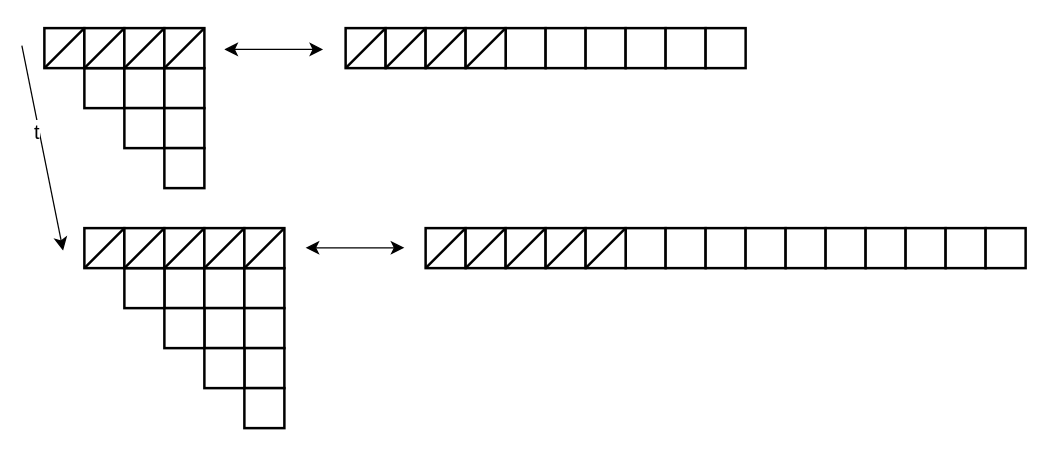
Earlier version of the draw.io diagram page "第 8 页" (8 of 8) of pic/paperPic.drawio (1Errors/PaperUse). Source tidied: cells renumbered, new cells numbered last; positions are measured from the earlier drawing's top-left corner, leaving out a move shared by most shapes. Both pictures are drawn from the tidied source at 125%, with x=0, y=0 at pixel (21, 28).
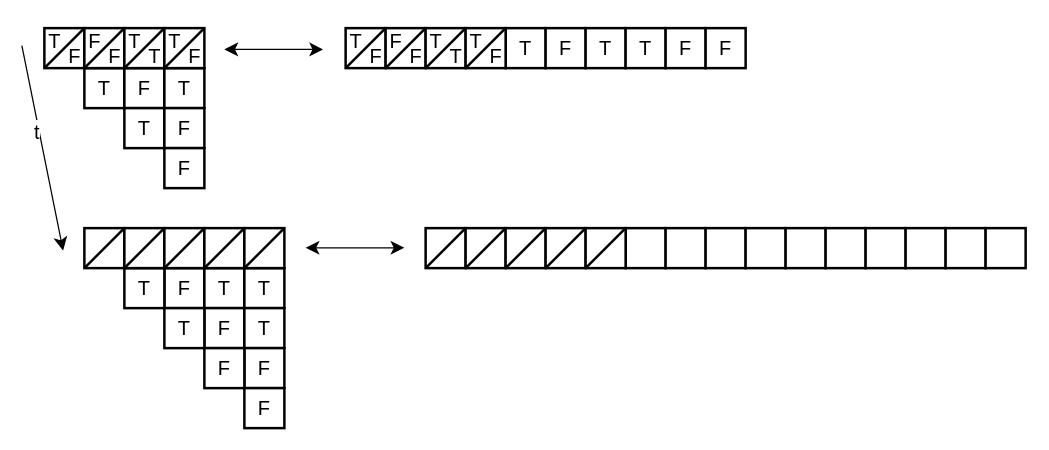
The same page after the edit.

Change to the diagram source:
```diff
@@
-    <mxCell id="2" style="whiteSpace=wrap;html=1;fontSize=16;strokeWidth=2;" parent="1" vertex="1">
+    <mxCell id="2" value="T" style="whiteSpace=wrap;html=1;fontSize=16;strokeWidth=2;" parent="1" vertex="1">
       <mxGeometry x="50" y="32" width="32" height="32" as="geometry" />
     </mxCell>
-    <mxCell id="3" style="whiteSpace=wrap;html=1;fontSize=16;strokeWidth=2;" parent="1" vertex="1">
+    <mxCell id="3" value="F" style="whiteSpace=wrap;html=1;fontSize=16;strokeWidth=2;" parent="1" vertex="1">
       <mxGeometry x="82" y="32" width="32" height="32" as="geometry" />
     </mxCell>
-    <mxCell id="4" style="whiteSpace=wrap;html=1;fontSize=16;strokeWidth=2;" parent="1" vertex="1">
+    <mxCell id="4" value="T" style="whiteSpace=wrap;html=1;fontSize=16;strokeWidth=2;" parent="1" vertex="1">
       <mxGeometry x="114" y="32" width="32" height="32" as="geometry" />
     </mxCell>
-    <mxCell id="5" style="whiteSpace=wrap;html=1;fontSize=16;strokeWidth=2;" parent="1" vertex="1">
+    <mxCell id="5" value="T" style="whiteSpace=wrap;html=1;fontSize=16;strokeWidth=2;" parent="1" vertex="1">
       <mxGeometry x="82" y="64" width="32" height="32" as="geometry" />
     </mxCell>
-    <mxCell id="6" style="whiteSpace=wrap;html=1;fontSize=16;strokeWidth=2;" parent="1" vertex="1">
+    <mxCell id="6" value="F" style="whiteSpace=wrap;html=1;fontSize=16;strokeWidth=2;" parent="1" vertex="1">
       <mxGeometry x="114" y="64" width="32" height="32" as="geometry" />
     </mxCell>
-    <mxCell id="7" style="whiteSpace=wrap;html=1;fontSize=16;strokeWidth=2;" parent="1" vertex="1">
+    <mxCell id="7" value="F" style="whiteSpace=wrap;html=1;fontSize=16;strokeWidth=2;" parent="1" vertex="1">
       <mxGeometry x="114" y="96" width="32" height="32" as="geometry" />
     </mxCell>
-    <mxCell id="8" style="whiteSpace=wrap;html=1;fontSize=16;strokeWidth=2;" parent="1" vertex="1">
+    <mxCell id="8" value="T" style="whiteSpace=wrap;html=1;fontSize=16;strokeWidth=2;" parent="1" vertex="1">
       <mxGeometry x="387" width="32" height="32" as="geometry" />
     </mxCell>
-    <mxCell id="9" style="whiteSpace=wrap;html=1;fontSize=16;strokeWidth=2;" parent="1" vertex="1">
+    <mxCell id="9" value="F" style="whiteSpace=wrap;html=1;fontSize=16;strokeWidth=2;" parent="1" vertex="1">
       <mxGeometry x="419" width="32" height="32" as="geometry" />
     </mxCell>
-    <mxCell id="10" style="whiteSpace=wrap;html=1;fontSize=16;strokeWidth=2;" parent="1" vertex="1">
+    <mxCell id="10" value="T" style="whiteSpace=wrap;html=1;fontSize=16;strokeWidth=2;" parent="1" vertex="1">
       <mxGeometry x="451" width="32" height="32" as="geometry" />
     </mxCell>
-    <mxCell id="11" style="whiteSpace=wrap;html=1;fontSize=16;strokeWidth=2;" parent="1" vertex="1">
+    <mxCell id="11" value="T" style="whiteSpace=wrap;html=1;fontSize=16;strokeWidth=2;" parent="1" vertex="1">
       <mxGeometry x="483" width="32" height="32" as="geometry" />
     </mxCell>
-    <mxCell id="12" style="whiteSpace=wrap;html=1;fontSize=16;strokeWidth=2;" parent="1" vertex="1">
+    <mxCell id="12" value="F" style="whiteSpace=wrap;html=1;fontSize=16;strokeWidth=2;" parent="1" vertex="1">
       <mxGeometry x="515" width="32" height="32" as="geometry" />
     </mxCell>
-    <mxCell id="13" style="whiteSpace=wrap;html=1;fontSize=16;strokeWidth=2;" parent="1" vertex="1">
+    <mxCell id="13" value="F" style="whiteSpace=wrap;html=1;fontSize=16;strokeWidth=2;" parent="1" vertex="1">
       <mxGeometry x="547" width="32" height="32" as="geometry" />
     </mxCell>
-    <mxCell id="14" style="whiteSpace=wrap;html=1;fontSize=16;strokeWidth=2;" parent="1" vertex="1">
+    <mxCell id="14" value="F" style="whiteSpace=wrap;html=1;fontSize=16;strokeWidth=2;" parent="1" vertex="1">
       <mxGeometry x="114" y="192" width="32" height="32" as="geometry" />
     </mxCell>
-    <mxCell id="15" style="whiteSpace=wrap;html=1;fontSize=16;strokeWidth=2;" parent="1" vertex="1">
+    <mxCell id="15" value="T" style="whiteSpace=wrap;html=1;fontSize=16;strokeWidth=2;" parent="1" vertex="1">
       <mxGeometry x="146" y="192" width="32" height="32" as="geometry" />
     </mxCell>
-    <mxCell id="16" style="whiteSpace=wrap;html=1;fontSize=16;strokeWidth=2;" parent="1" vertex="1">
+    <mxCell id="16" value="T" style="whiteSpace=wrap;html=1;fontSize=16;strokeWidth=2;" parent="1" vertex="1">
       <mxGeometry x="178" y="192" width="32" height="32" as="geometry" />
     </mxCell>
-    <mxCell id="17" style="whiteSpace=wrap;html=1;fontSize=16;strokeWidth=2;" parent="1" vertex="1">
+    <mxCell id="17" value="F" style="whiteSpace=wrap;html=1;fontSize=16;strokeWidth=2;" parent="1" vertex="1">
       <mxGeometry x="146" y="224" width="32" height="32" as="geometry" />
     </mxCell>
-    <mxCell id="18" style="whiteSpace=wrap;html=1;fontSize=16;strokeWidth=2;" parent="1" vertex="1">
+    <mxCell id="18" value="T" style="whiteSpace=wrap;html=1;fontSize=16;strokeWidth=2;" parent="1" vertex="1">
       <mxGeometry x="178" y="224" width="32" height="32" as="geometry" />
     </mxCell>
-    <mxCell id="19" style="whiteSpace=wrap;html=1;fontSize=16;strokeWidth=2;" parent="1" vertex="1">
+    <mxCell id="19" value="F" style="whiteSpace=wrap;html=1;fontSize=16;strokeWidth=2;" parent="1" vertex="1">
       <mxGeometry x="178" y="256" width="32" height="32" as="geometry" />
     </mxCell>
-    <mxCell id="20" style="whiteSpace=wrap;html=1;fontSize=16;strokeWidth=2;" parent="1" vertex="1">
+    <mxCell id="20" value="T" style="whiteSpace=wrap;html=1;fontSize=16;strokeWidth=2;" parent="1" vertex="1">
       <mxGeometry x="82" y="192" width="32" height="32" as="geometry" />
     </mxCell>
-    <mxCell id="21" style="whiteSpace=wrap;html=1;fontSize=16;strokeWidth=2;" parent="1" vertex="1">
+    <mxCell id="21" value="T" style="whiteSpace=wrap;html=1;fontSize=16;strokeWidth=2;" parent="1" vertex="1">
       <mxGeometry x="114" y="224" width="32" height="32" as="geometry" />
     </mxCell>
-    <mxCell id="22" style="whiteSpace=wrap;html=1;fontSize=16;strokeWidth=2;" parent="1" vertex="1">
+    <mxCell id="22" value="F" style="whiteSpace=wrap;html=1;fontSize=16;strokeWidth=2;" parent="1" vertex="1">
       <mxGeometry x="146" y="256" width="32" height="32" as="geometry" />
     </mxCell>
-    <mxCell id="23" style="whiteSpace=wrap;html=1;fontSize=16;strokeWidth=2;" parent="1" vertex="1">
+    <mxCell id="23" value="F" style="whiteSpace=wrap;html=1;fontSize=16;strokeWidth=2;" parent="1" vertex="1">
       <mxGeometry x="178" y="288" width="32" height="32" as="geometry" />
     </mxCell>
@@
     <mxCell id="38" style="group;" parent="1" vertex="1">
-      <mxGeometry x="18" width="32" height="32" as="geometry" />
+      <mxGeometry x="18" width="36" height="37" as="geometry" />
     </mxCell>
@@
-    <mxCell id="41" style="group;" parent="1" vertex="1">
-      <mxGeometry x="50" width="32" height="32" as="geometry" />
-    </mxCell>
-    <mxCell id="42" style="whiteSpace=wrap;html=1;fontSize=16;strokeWidth=2;" parent="41" vertex="1">
-      <mxGeometry width="32" height="32" as="geometry" />
-    </mxCell>
-    <mxCell id="43" style="endArrow=none;html=1;rounded=0;fontSize=12;startSize=8;endSize=8;curved=1;exitX=0;exitY=1;exitDx=0;exitDy=0;entryX=0;entryY=0;entryDx=0;entryDy=0;strokeWidth=2;" parent="41" edge="1" source="42">
-      <mxGeometry relative="1" as="geometry">
-        <mxPoint x="32" as="targetPoint" />
-      </mxGeometry>
-    </mxCell>
-    <mxCell id="44" style="group;" parent="1" vertex="1">
-      <mxGeometry x="82" width="32" height="32" as="geometry" />
-    </mxCell>
-    <mxCell id="45" style="whiteSpace=wrap;html=1;fontSize=16;strokeWidth=2;" parent="44" vertex="1">
-      <mxGeometry width="32" height="32" as="geometry" />
-    </mxCell>
-    <mxCell id="46" style="endArrow=none;html=1;rounded=0;fontSize=12;startSize=8;endSize=8;curved=1;exitX=0;exitY=1;exitDx=0;exitDy=0;entryX=0;entryY=0;entryDx=0;entryDy=0;strokeWidth=2;" parent="44" edge="1" source="45">
-      <mxGeometry relative="1" as="geometry">
-        <mxPoint x="32" as="targetPoint" />
-      </mxGeometry>
-    </mxCell>
-    <mxCell id="47" style="group;" parent="1" vertex="1">
-      <mxGeometry x="114" width="32" height="32" as="geometry" />
-    </mxCell>
-    <mxCell id="48" style="whiteSpace=wrap;html=1;fontSize=16;strokeWidth=2;" parent="47" vertex="1">
-      <mxGeometry width="32" height="32" as="geometry" />
-    </mxCell>
-    <mxCell id="49" style="endArrow=none;html=1;rounded=0;fontSize=12;startSize=8;endSize=8;curved=1;exitX=0;exitY=1;exitDx=0;exitDy=0;entryX=0;entryY=0;entryDx=0;entryDy=0;strokeWidth=2;" parent="47" edge="1" source="48">
-      <mxGeometry relative="1" as="geometry">
-        <mxPoint x="32" as="targetPoint" />
-      </mxGeometry>
-    </mxCell>
-    <mxCell id="50" style="group;" parent="1" vertex="1">
-      <mxGeometry x="259" width="32" height="32" as="geometry" />
-    </mxCell>
-    <mxCell id="51" style="whiteSpace=wrap;html=1;fontSize=16;strokeWidth=2;" parent="50" vertex="1">
-      <mxGeometry width="32" height="32" as="geometry" />
-    </mxCell>
-    <mxCell id="52" style="endArrow=none;html=1;rounded=0;fontSize=12;startSize=8;endSize=8;curved=1;exitX=0;exitY=1;exitDx=0;exitDy=0;entryX=0;entryY=0;entryDx=0;entryDy=0;strokeWidth=2;" parent="50" edge="1" source="51">
-      <mxGeometry relative="1" as="geometry">
-        <mxPoint x="32" as="targetPoint" />
-      </mxGeometry>
-    </mxCell>
-    <mxCell id="53" style="group;" parent="1" vertex="1">
-      <mxGeometry x="291" width="32" height="32" as="geometry" />
-    </mxCell>
-    <mxCell id="54" style="whiteSpace=wrap;html=1;fontSize=16;strokeWidth=2;" parent="53" vertex="1">
-      <mxGeometry width="32" height="32" as="geometry" />
-    </mxCell>
-    <mxCell id="55" style="endArrow=none;html=1;rounded=0;fontSize=12;startSize=8;endSize=8;curved=1;exitX=0;exitY=1;exitDx=0;exitDy=0;entryX=0;entryY=0;entryDx=0;entryDy=0;strokeWidth=2;" parent="53" edge="1" source="54">
-      <mxGeometry relative="1" as="geometry">
-        <mxPoint x="32" as="targetPoint" />
-      </mxGeometry>
-    </mxCell>
-    <mxCell id="56" style="group;" parent="1" vertex="1">
-      <mxGeometry x="323" width="32" height="32" as="geometry" />
-    </mxCell>
-    <mxCell id="57" style="whiteSpace=wrap;html=1;fontSize=16;strokeWidth=2;" parent="56" vertex="1">
-      <mxGeometry width="32" height="32" as="geometry" />
-    </mxCell>
-    <mxCell id="58" style="endArrow=none;html=1;rounded=0;fontSize=12;startSize=8;endSize=8;curved=1;exitX=0;exitY=1;exitDx=0;exitDy=0;entryX=0;entryY=0;entryDx=0;entryDy=0;strokeWidth=2;" parent="56" edge="1" source="57">
-      <mxGeometry relative="1" as="geometry">
-        <mxPoint x="32" as="targetPoint" />
-      </mxGeometry>
-    </mxCell>
-    <mxCell id="59" style="group;" parent="1" vertex="1">
-      <mxGeometry x="355" width="32" height="32" as="geometry" />
-    </mxCell>
-    <mxCell id="60" style="whiteSpace=wrap;html=1;fontSize=16;strokeWidth=2;" parent="59" vertex="1">
-      <mxGeometry width="32" height="32" as="geometry" />
-    </mxCell>
-    <mxCell id="61" style="endArrow=none;html=1;rounded=0;fontSize=12;startSize=8;endSize=8;curved=1;exitX=0;exitY=1;exitDx=0;exitDy=0;entryX=0;entryY=0;entryDx=0;entryDy=0;strokeWidth=2;" parent="59" edge="1" source="60">
-      <mxGeometry relative="1" as="geometry">
-        <mxPoint x="32" as="targetPoint" />
-      </mxGeometry>
-    </mxCell>
+    <mxCell id="92" value="T" style="text;html=1;strokeColor=none;fillColor=none;align=center;verticalAlign=middle;whiteSpace=wrap;rounded=0;fontSize=16;" parent="38" vertex="1">
+      <mxGeometry x="-3" y="-5" width="23" height="30" as="geometry" />
+    </mxCell>
+    <mxCell id="93" value="F" style="text;html=1;strokeColor=none;fillColor=none;align=center;verticalAlign=middle;whiteSpace=wrap;rounded=0;fontSize=16;" parent="38" vertex="1">
+      <mxGeometry x="13" y="7" width="23" height="30" as="geometry" />
+    </mxCell>
@@
+    <mxCell id="94" style="group;" parent="1" vertex="1">
+      <mxGeometry x="50" width="36" height="37" as="geometry" />
+    </mxCell>
+    <mxCell id="95" style="whiteSpace=wrap;html=1;fontSize=16;strokeWidth=2;" parent="94" vertex="1">
+      <mxGeometry width="32" height="32" as="geometry" />
+    </mxCell>
+    <mxCell id="96" style="endArrow=none;html=1;rounded=0;fontSize=12;startSize=8;endSize=8;curved=1;exitX=0;exitY=1;exitDx=0;exitDy=0;entryX=0;entryY=0;entryDx=0;entryDy=0;strokeWidth=2;" parent="94" edge="1" source="95">
+      <mxGeometry relative="1" as="geometry">
+        <mxPoint x="32" as="targetPoint" />
+      </mxGeometry>
+    </mxCell>
+    <mxCell id="97" value="F" style="text;html=1;strokeColor=none;fillColor=none;align=center;verticalAlign=middle;whiteSpace=wrap;rounded=0;fontSize=16;" parent="94" vertex="1">
+      <mxGeometry x="-3" y="-5" width="23" height="30" as="geometry" />
+    </mxCell>
+    <mxCell id="98" value="F" style="text;html=1;strokeColor=none;fillColor=none;align=center;verticalAlign=middle;whiteSpace=wrap;rounded=0;fontSize=16;" parent="94" vertex="1">
+      <mxGeometry x="13" y="7" width="23" height="30" as="geometry" />
+    </mxCell>
+    <mxCell id="99" style="group;" parent="1" vertex="1">
+      <mxGeometry x="82" width="36" height="37" as="geometry" />
+    </mxCell>
+    <mxCell id="100" style="whiteSpace=wrap;html=1;fontSize=16;strokeWidth=2;" parent="99" vertex="1">
+      <mxGeometry width="32" height="32" as="geometry" />
+    </mxCell>
+    <mxCell id="101" style="endArrow=none;html=1;rounded=0;fontSize=12;startSize=8;endSize=8;curved=1;exitX=0;exitY=1;exitDx=0;exitDy=0;entryX=0;entryY=0;entryDx=0;entryDy=0;strokeWidth=2;" parent="99" edge="1" source="100">
+      <mxGeometry relative="1" as="geometry">
+        <mxPoint x="32" as="targetPoint" />
+      </mxGeometry>
+    </mxCell>
+    <mxCell id="102" value="T" style="text;html=1;strokeColor=none;fillColor=none;align=center;verticalAlign=middle;whiteSpace=wrap;rounded=0;fontSize=16;" parent="99" vertex="1">
+      <mxGeometry x="-3" y="-5" width="23" height="30" as="geometry" />
+    </mxCell>
+    <mxCell id="103" value="T" style="text;html=1;strokeColor=none;fillColor=none;align=center;verticalAlign=middle;whiteSpace=wrap;rounded=0;fontSize=16;" parent="99" vertex="1">
+      <mxGeometry x="13" y="7" width="23" height="30" as="geometry" />
+    </mxCell>
+    <mxCell id="104" style="group;" parent="1" vertex="1">
+      <mxGeometry x="114" width="36" height="37" as="geometry" />
+    </mxCell>
+    <mxCell id="105" style="whiteSpace=wrap;html=1;fontSize=16;strokeWidth=2;" parent="104" vertex="1">
+      <mxGeometry width="32" height="32" as="geometry" />
+    </mxCell>
+    <mxCell id="106" style="endArrow=none;html=1;rounded=0;fontSize=12;startSize=8;endSize=8;curved=1;exitX=0;exitY=1;exitDx=0;exitDy=0;entryX=0;entryY=0;entryDx=0;entryDy=0;strokeWidth=2;" parent="104" edge="1" source="105">
+      <mxGeometry relative="1" as="geometry">
+        <mxPoint x="32" as="targetPoint" />
+      </mxGeometry>
+    </mxCell>
+    <mxCell id="107" value="T" style="text;html=1;strokeColor=none;fillColor=none;align=center;verticalAlign=middle;whiteSpace=wrap;rounded=0;fontSize=16;" parent="104" vertex="1">
+      <mxGeometry x="-3" y="-5" width="23" height="30" as="geometry" />
+    </mxCell>
+    <mxCell id="108" value="F" style="text;html=1;strokeColor=none;fillColor=none;align=center;verticalAlign=middle;whiteSpace=wrap;rounded=0;fontSize=16;" parent="104" vertex="1">
+      <mxGeometry x="13" y="7" width="23" height="30" as="geometry" />
+    </mxCell>
+    <mxCell id="109" style="group;" parent="1" vertex="1">
+      <mxGeometry x="259" width="36" height="37" as="geometry" />
+    </mxCell>
+    <mxCell id="110" style="whiteSpace=wrap;html=1;fontSize=16;strokeWidth=2;" parent="109" vertex="1">
+      <mxGeometry width="32" height="32" as="geometry" />
+    </mxCell>
+    <mxCell id="111" style="endArrow=none;html=1;rounded=0;fontSize=12;startSize=8;endSize=8;curved=1;exitX=0;exitY=1;exitDx=0;exitDy=0;entryX=0;entryY=0;entryDx=0;entryDy=0;strokeWidth=2;" parent="109" edge="1" source="110">
+      <mxGeometry relative="1" as="geometry">
+        <mxPoint x="32" as="targetPoint" />
+      </mxGeometry>
+    </mxCell>
+    <mxCell id="112" value="T" style="text;html=1;strokeColor=none;fillColor=none;align=center;verticalAlign=middle;whiteSpace=wrap;rounded=0;fontSize=16;" parent="109" vertex="1">
+      <mxGeometry x="-3" y="-5" width="23" height="30" as="geometry" />
+    </mxCell>
+    <mxCell id="113" value="F" style="text;html=1;strokeColor=none;fillColor=none;align=center;verticalAlign=middle;whiteSpace=wrap;rounded=0;fontSize=16;" parent="109" vertex="1">
+      <mxGeometry x="13" y="7" width="23" height="30" as="geometry" />
+    </mxCell>
+    <mxCell id="114" style="group;" parent="1" vertex="1">
+      <mxGeometry x="291" width="36" height="37" as="geometry" />
+    </mxCell>
+    <mxCell id="115" style="whiteSpace=wrap;html=1;fontSize=16;strokeWidth=2;" parent="114" vertex="1">
+      <mxGeometry width="32" height="32" as="geometry" />
+    </mxCell>
+    <mxCell id="116" style="endArrow=none;html=1;rounded=0;fontSize=12;startSize=8;endSize=8;curved=1;exitX=0;exitY=1;exitDx=0;exitDy=0;entryX=0;entryY=0;entryDx=0;entryDy=0;strokeWidth=2;" parent="114" edge="1" source="115">
+      <mxGeometry relative="1" as="geometry">
+        <mxPoint x="32" as="targetPoint" />
+      </mxGeometry>
+    </mxCell>
+    <mxCell id="117" value="F" style="text;html=1;strokeColor=none;fillColor=none;align=center;verticalAlign=middle;whiteSpace=wrap;rounded=0;fontSize=16;" parent="114" vertex="1">
+      <mxGeometry x="-3" y="-5" width="23" height="30" as="geometry" />
+    </mxCell>
+    <mxCell id="118" value="F" style="text;html=1;strokeColor=none;fillColor=none;align=center;verticalAlign=middle;whiteSpace=wrap;rounded=0;fontSize=16;" parent="114" vertex="1">
+      <mxGeometry x="13" y="7" width="23" height="30" as="geometry" />
+    </mxCell>
+    <mxCell id="119" style="group;" parent="1" vertex="1">
+      <mxGeometry x="323" width="36" height="37" as="geometry" />
+    </mxCell>
+    <mxCell id="120" style="whiteSpace=wrap;html=1;fontSize=16;strokeWidth=2;" parent="119" vertex="1">
+      <mxGeometry width="32" height="32" as="geometry" />
+    </mxCell>
+    <mxCell id="121" style="endArrow=none;html=1;rounded=0;fontSize=12;startSize=8;endSize=8;curved=1;exitX=0;exitY=1;exitDx=0;exitDy=0;entryX=0;entryY=0;entryDx=0;entryDy=0;strokeWidth=2;" parent="119" edge="1" source="120">
+      <mxGeometry relative="1" as="geometry">
+        <mxPoint x="32" as="targetPoint" />
+      </mxGeometry>
+    </mxCell>
+    <mxCell id="122" value="T" style="text;html=1;strokeColor=none;fillColor=none;align=center;verticalAlign=middle;whiteSpace=wrap;rounded=0;fontSize=16;" parent="119" vertex="1">
+      <mxGeometry x="-3" y="-5" width="23" height="30" as="geometry" />
+    </mxCell>
+    <mxCell id="123" value="T" style="text;html=1;strokeColor=none;fillColor=none;align=center;verticalAlign=middle;whiteSpace=wrap;rounded=0;fontSize=16;" parent="119" vertex="1">
+      <mxGeometry x="13" y="7" width="23" height="30" as="geometry" />
+    </mxCell>
+    <mxCell id="124" style="group;" parent="1" vertex="1">
+      <mxGeometry x="355" width="36" height="37" as="geometry" />
+    </mxCell>
+    <mxCell id="125" style="whiteSpace=wrap;html=1;fontSize=16;strokeWidth=2;" parent="124" vertex="1">
+      <mxGeometry width="32" height="32" as="geometry" />
+    </mxCell>
+    <mxCell id="126" style="endArrow=none;html=1;rounded=0;fontSize=12;startSize=8;endSize=8;curved=1;exitX=0;exitY=1;exitDx=0;exitDy=0;entryX=0;entryY=0;entryDx=0;entryDy=0;strokeWidth=2;" parent="124" edge="1" source="125">
+      <mxGeometry relative="1" as="geometry">
+        <mxPoint x="32" as="targetPoint" />
+      </mxGeometry>
+    </mxCell>
+    <mxCell id="127" value="T" style="text;html=1;strokeColor=none;fillColor=none;align=center;verticalAlign=middle;whiteSpace=wrap;rounded=0;fontSize=16;" parent="124" vertex="1">
+      <mxGeometry x="-3" y="-5" width="23" height="30" as="geometry" />
+    </mxCell>
+    <mxCell id="128" value="F" style="text;html=1;strokeColor=none;fillColor=none;align=center;verticalAlign=middle;whiteSpace=wrap;rounded=0;fontSize=16;" parent="124" vertex="1">
+      <mxGeometry x="13" y="7" width="23" height="30" as="geometry" />
+    </mxCell>
```
